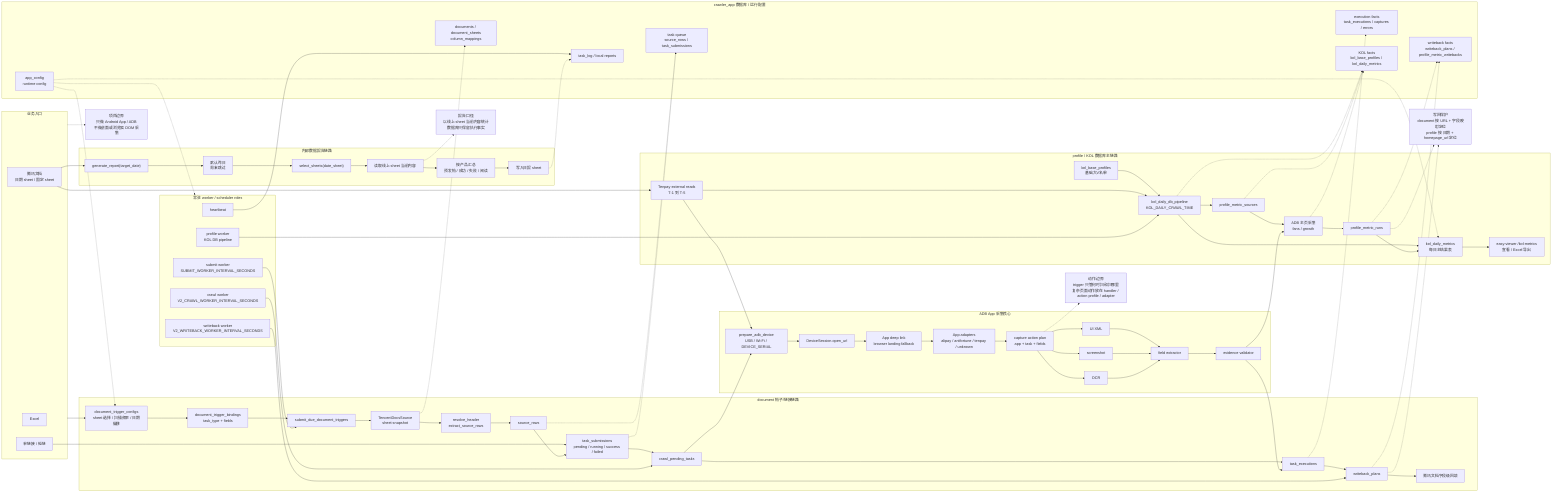
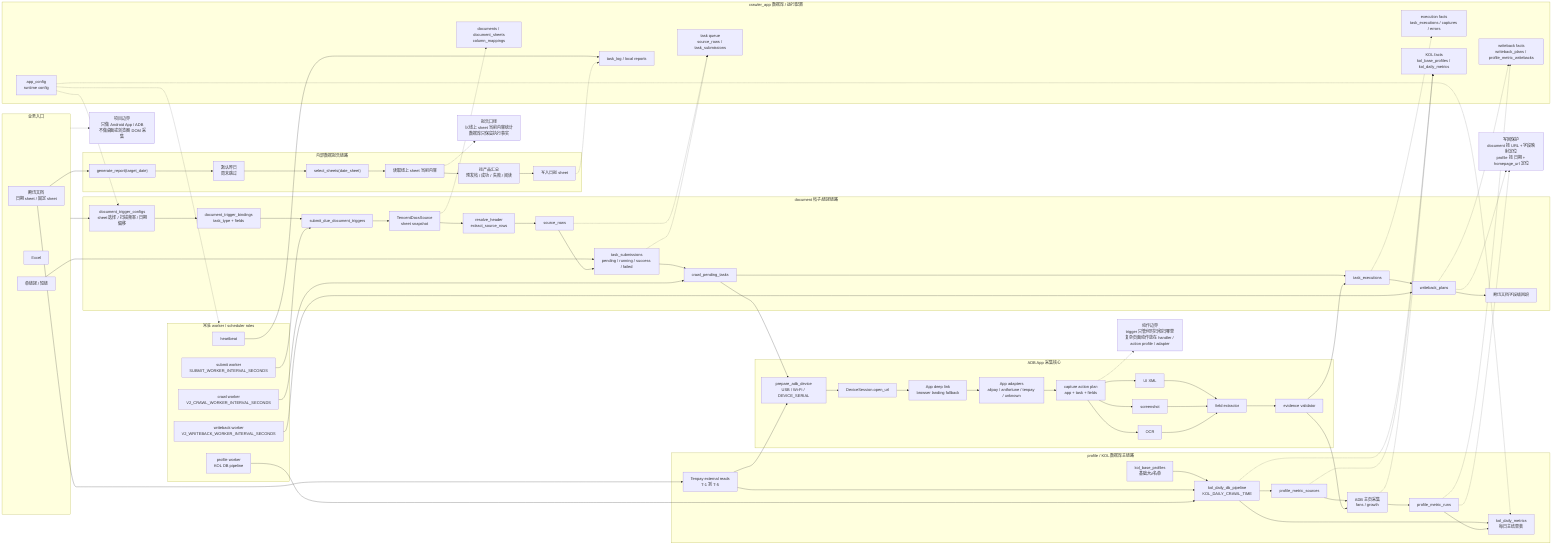
flowchart LR
-     %% Maintain this source first, then regenerate docs/assets/adb-crawler-architecture.png.
+     %% Maintain this Mermaid source together with docs/ARCHITECTURE.md.

    subgraph INPUT["业务入口"]
        I1["腾讯文档<br/>日期 sheet / 固定 sheet"]
        I2["Excel"]
        I3["单链接 / 短链"]
    end

    subgraph DOC["document 帖子/链接链路"]
        D1["document_trigger_configs<br/>sheet 选择 / 扫描频率 / 日期偏移"]
        D2["document_trigger_bindings<br/>task_type + fields"]
        D3["submit_due_document_triggers"]
        D4["TencentDocsSource<br/>sheet snapshot"]
        D5["resolve_header<br/>extract_source_rows"]
        D6["source_rows"]
        D7["task_submissions<br/>pending / running / success / failed"]
        D8["crawl_pending_tasks"]
        D9["task_executions"]
        D10["writeback_plans"]
        D11["腾讯文档字段级回填"]
    end

    subgraph PROFILE["profile / KOL 数据库主链路"]
        P1["kol_base_profiles<br/>基础大V名单"]
        P2["kol_daily_db_pipeline<br/>KOL_DAILY_CRAWL_TIME"]
        P3["kol_daily_metrics<br/>每日主结果表"]
        P4["Tenpay external reads<br/>T-1 到 T-5"]
        P5["profile_metric_sources"]
        P6["ADB 主页采集<br/>fans / growth"]
        P7["profile_metric_runs"]
-         P8["easy-viewer /kol-metrics<br/>查看 / Excel 导出"]
    end

    subgraph REPORT["内部数据报告链路"]
        R1["generate_report(target_date)"]
        R2["默认昨日<br/>周末跳过"]
        R3["select_sheets(date_sheet)"]
        R4["读取线上 sheet 当前内容"]
        R5["按产品汇总<br/>预发帖 / 成功 / 失败 / 阅读"]
        R6["写入日报 sheet"]
    end

    subgraph WORKER["常驻 worker / scheduler roles"]
        W1["submit worker<br/>SUBMIT_WORKER_INTERVAL_SECONDS"]
        W2["crawl worker<br/>V2_CRAWL_WORKER_INTERVAL_SECONDS"]
        W3["writeback worker<br/>V2_WRITEBACK_WORKER_INTERVAL_SECONDS"]
        W4["profile worker<br/>KOL DB pipeline"]
        W5["heartbeat"]
    end

    subgraph CAPTURE["ADB App 采集核心"]
        C1["prepare_adb_device<br/>USB / Wi-Fi / DEVICE_SERIAL"]
        C2["DeviceSession.open_url"]
        C3["App deep link<br/>browser landing fallback"]
        C4["App adapters<br/>alipay / antfortune / tenpay / unknown"]
        C5["capture action plan<br/>app + task + fields"]
        C6["UI XML"]
        C7["screenshot"]
        C8["OCR"]
        C9["field extractor"]
        C10["evidence validator"]
    end

    subgraph STORAGE["crawler_app 数据库 / 运行配置"]
        S1["app_config<br/>runtime config"]
        S2["documents / document_sheets<br/>column_mappings"]
        S3["task queue<br/>source_rows / task_submissions"]
        S4["execution facts<br/>task_executions / captures / errors"]
        S5["writeback facts<br/>writeback_plans / profile_metric_writebacks"]
        S6["KOL facts<br/>kol_base_profiles / kol_daily_metrics"]
        S7["task_log / local reports"]
    end

    INPUT --> D1
    I1 --> R1
    I1 --> P4
    I3 --> D7

    D1 --> D2 --> D3 --> D4 --> D5 --> D6 --> D7 --> D8 --> D9 --> D10 --> D11
    P1 --> P2 --> P3
    P4 --> P2
-     P2 --> P5 --> P6 --> P7 --> P3 --> P8
+     P2 --> P5 --> P6 --> P7 --> P3
    R1 --> R2 --> R3 --> R4 --> R5 --> R6

    W1 --> D3
    W2 --> D8
    W3 --> D10
    W4 --> P2
    W5 --> S7

    D8 --> C1
    P4 --> C1
    C1 --> C2 --> C3 --> C4 --> C5
    C5 --> C6 --> C9
    C5 --> C7 --> C9
    C5 --> C8 --> C9
    C9 --> C10
    C10 --> D9
    C10 --> P6

    S1 -.-> WORKER
    S1 -.-> D1
    S1 -.-> P3
    D4 -.-> S2
    D6 -.-> S3
    D7 -.-> S3
    D9 -.-> S4
    D10 -.-> S5
    P2 -.-> S6
    P5 -.-> S6
    P6 -.-> S6
    P7 -.-> S5
    R6 -.-> S7

    G1["写回保护<br/>document 按 URL + 字段映射定位<br/>profile 按 日期 + homepage_url 定位"]
    G2["报告口径<br/>以线上 sheet 当前内容统计<br/>数据库只保留执行事实"]
    G3["项目边界<br/>只做 Android App / ADB<br/>不做桌面或浏览器 DOM 采集"]
    G4["动作边界<br/>trigger 只管何时扫和扫哪里<br/>复杂页面动作放在 handler / action profile / adapter"]

    D10 -.-> G1
    P7 -.-> G1
    R4 -.-> G2
    INPUT -.-> G3
    C5 -.-> G4
